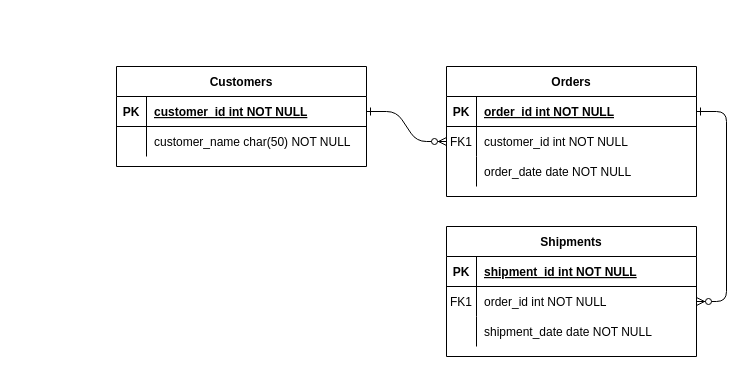
Before: Untitled Diagram.drawio in rahmawaminggu/Data-Warehouse-Schema, a draw.io diagram. Source tidied: cells renumbered, new cells numbered last; positions are measured from the earlier drawing's top-left corner, leaving out a move shared by most shapes. Both pictures are drawn from the tidied source at 100%, with x=0, y=0 at pixel (116, 66).
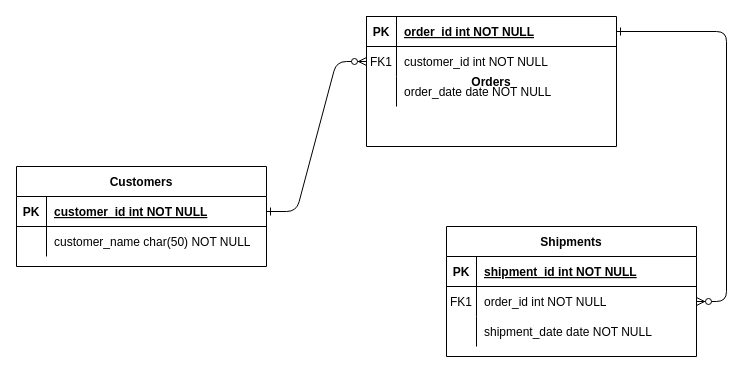
Above is the later version.

Change to the diagram source:
```diff
@@
-    <mxCell id="4" value="Orders" style="shape=table;startSize=30;childLayout=tableLayout;rowLines=0;fontStyle=1;align=center;" parent="1" vertex="1">
-      <mxGeometry x="330" width="250" height="130" as="geometry" />
+    <mxCell id="4" value="Orders" style="shape=table;startSize=0;childLayout=tableLayout;rowLines=0;fontStyle=1;align=center;" parent="1" vertex="1">
+      <mxGeometry x="250" y="-50" width="250" height="130" as="geometry" />
     </mxCell>
     <mxCell id="5" style="shape=partialRectangle;fillColor=none;points=[[0,0.5],[1,0.5]];portConstraint=eastwest;top=0;left=0;right=0;bottom=1;" parent="4" vertex="1">
-      <mxGeometry y="30" width="250" height="30" as="geometry" />
+      <mxGeometry width="250" height="30" as="geometry" />
     </mxCell>
@@
     <mxCell id="8" style="shape=partialRectangle;fillColor=none;points=[[0,0.5],[1,0.5]];portConstraint=eastwest;top=0;left=0;right=0;bottom=0;" parent="4" vertex="1">
-      <mxGeometry y="60" width="250" height="30" as="geometry" />
+      <mxGeometry y="30" width="250" height="30" as="geometry" />
     </mxCell>
@@
     <mxCell id="11" style="shape=partialRectangle;fillColor=none;top=0;left=0;right=0;bottom=0;" parent="4" vertex="1">
-      <mxGeometry y="90" width="250" height="30" as="geometry" />
+      <mxGeometry y="60" width="250" height="30" as="geometry" />
     </mxCell>
@@
     <mxCell id="24" value="Customers" style="shape=table;startSize=30;childLayout=tableLayout;rowLines=0;fontStyle=1;align=center;" parent="1" vertex="1">
-      <mxGeometry width="250" height="100" as="geometry" />
+      <mxGeometry x="-100" y="100" width="250" height="100" as="geometry" />
     </mxCell>
```
